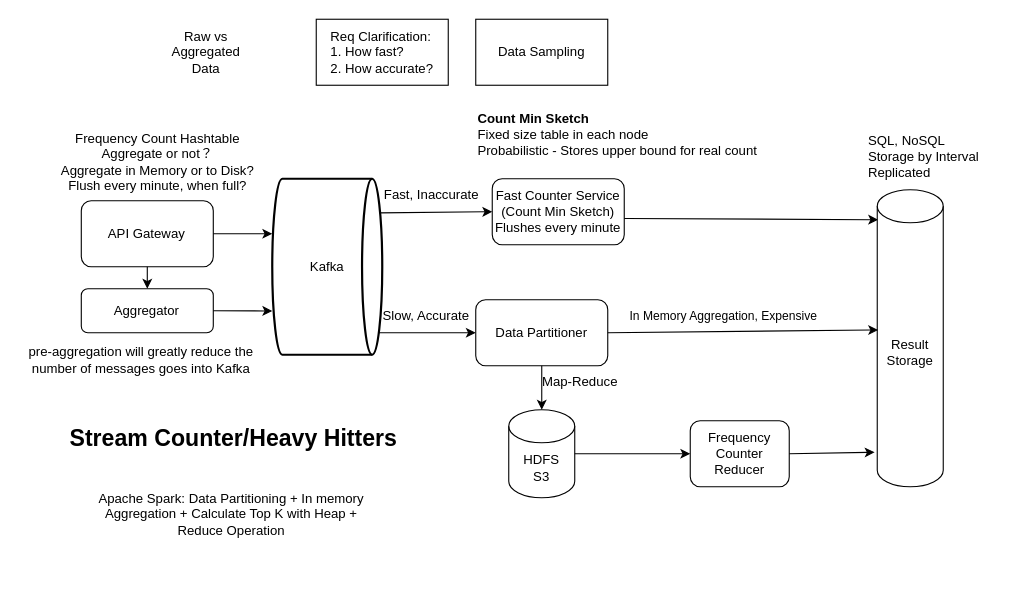
Earlier version of the draw.io diagram 4_TopK.drawio (xwq172677170/SysdDiagram). Source tidied: cells renumbered, new cells numbered last; positions are measured from the earlier drawing's top-left corner, leaving out a move shared by most shapes. Both pictures are drawn from the tidied source at 110%, with x=0, y=0 at pixel (19, 19).
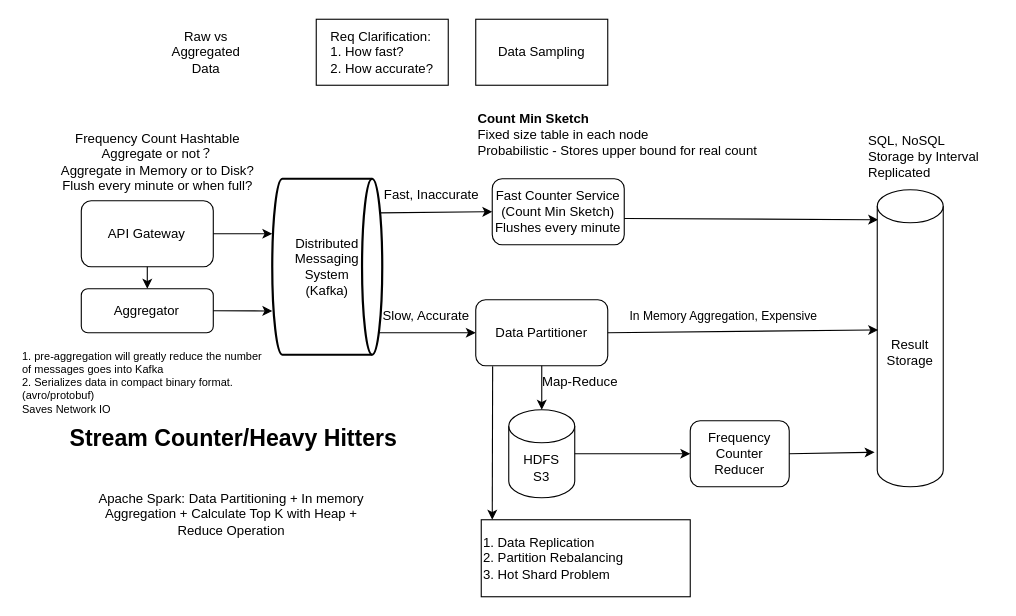
After the change.

Unchanged cells that the change refers to:
```xml
<mxCell id="4" value="Data Partitioner" style="rounded=1;whiteSpace=wrap;html=1;" parent="1" vertex="1">
  <mxGeometry x="415" y="255" width="120" height="60" as="geometry" />
</mxCell>
```

Diff of the diagram source:
```diff
@@
-    <mxCell id="6" value="Frequency Count Hashtable&lt;br&gt;Aggregate or not？&lt;br&gt;Aggregate in Memory or to Disk?&lt;br&gt;Flush every minute, when full?" style="text;html=1;strokeColor=none;fillColor=none;align=center;verticalAlign=middle;whiteSpace=wrap;rounded=0;" parent="1" vertex="1">
+    <mxCell id="6" value="Frequency Count Hashtable&lt;br&gt;Aggregate or not？&lt;br&gt;Aggregate in Memory or to Disk?&lt;br&gt;Flush every minute or when full?" style="text;html=1;strokeColor=none;fillColor=none;align=center;verticalAlign=middle;whiteSpace=wrap;rounded=0;" parent="1" vertex="1">
       <mxGeometry x="31.4" y="105" width="190" height="50" as="geometry" />
     </mxCell>
-    <mxCell id="7" value="Kafka" style="strokeWidth=2;html=1;shape=mxgraph.flowchart.direct_data;whiteSpace=wrap;" parent="1" vertex="1">
+    <mxCell id="7" value="Distributed&lt;br&gt;Messaging&lt;br&gt;System&lt;br&gt;(Kafka)" style="strokeWidth=2;html=1;shape=mxgraph.flowchart.direct_data;whiteSpace=wrap;" parent="1" vertex="1">
       <mxGeometry x="230" y="145" width="100" height="160" as="geometry" />
     </mxCell>
@@
-    <mxCell id="17" value="pre-aggregation will greatly reduce the number of messages goes into Kafka" style="text;html=1;strokeColor=none;fillColor=none;align=center;verticalAlign=middle;whiteSpace=wrap;rounded=0;" parent="1" vertex="1">
-      <mxGeometry x="1.4" y="295" width="220" height="30" as="geometry" />
+    <mxCell id="17" value="1. pre-aggregation will greatly reduce the number of messages goes into Kafka&lt;br&gt;2. Serializes data in compact binary format.(avro/protobuf)&lt;br style=&quot;font-size: 10px;&quot;&gt;Saves Network IO" style="text;html=1;strokeColor=none;fillColor=none;align=left;verticalAlign=middle;whiteSpace=wrap;rounded=0;fontSize=10;" parent="1" vertex="1">
+      <mxGeometry x="1.4" y="295" width="220" height="70" as="geometry" />
     </mxCell>
@@
+    <mxCell id="33" style="endArrow=classic;html=1;rounded=0;exitX=0.128;exitY=1.007;exitDx=0;exitDy=0;exitPerimeter=0;" parent="1" edge="1" source="4">
+      <mxGeometry relative="1" as="geometry">
+        <mxPoint x="430" y="455" as="targetPoint" />
+      </mxGeometry>
+    </mxCell>
+    <mxCell id="34" value="1. Data Replication&lt;br&gt;2. Partition Rebalancing&lt;br&gt;3. Hot Shard Problem&amp;nbsp;" style="rounded=0;whiteSpace=wrap;html=1;align=left;" parent="1" vertex="1">
+      <mxGeometry x="420" y="455" width="190" height="70" as="geometry" />
+    </mxCell>
```
